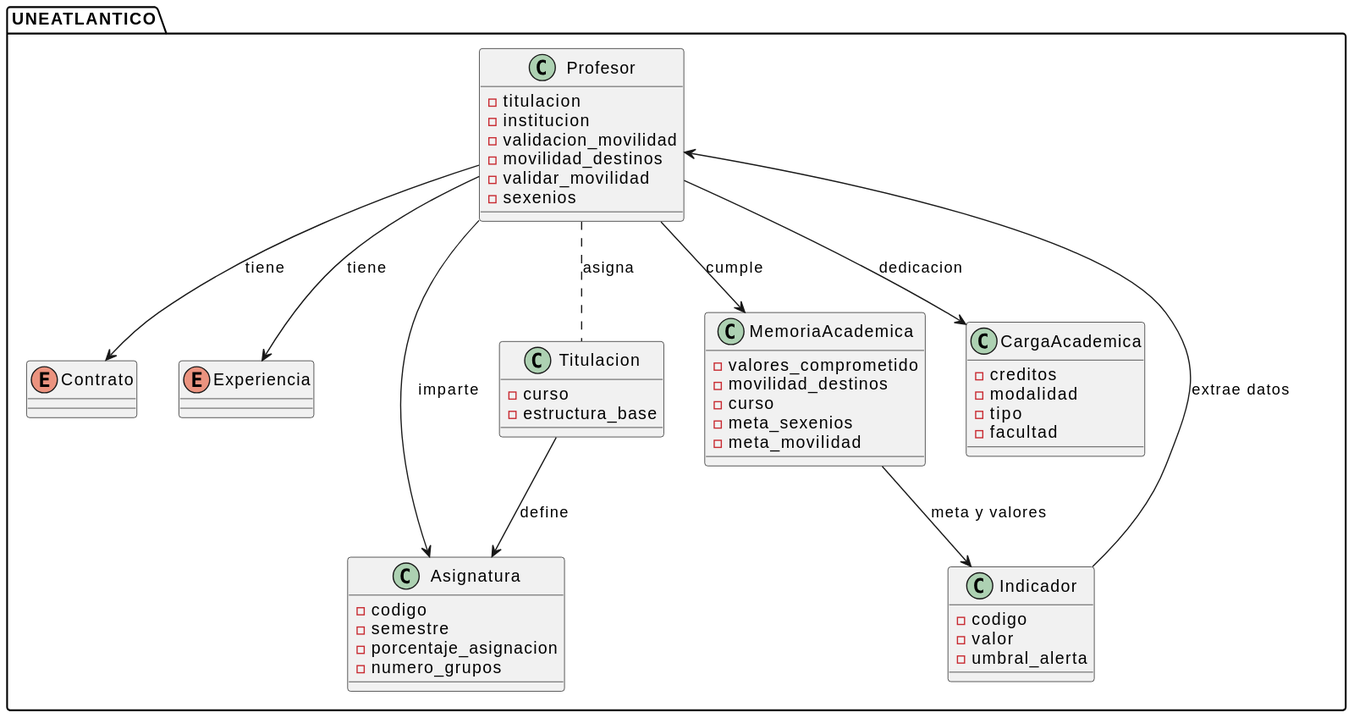
This is images/modelosUML/MdD/diagramaDeClases.svg from mmasias/24-25-IdSw1-SDR, a PlantUML export, as it was before one commit.
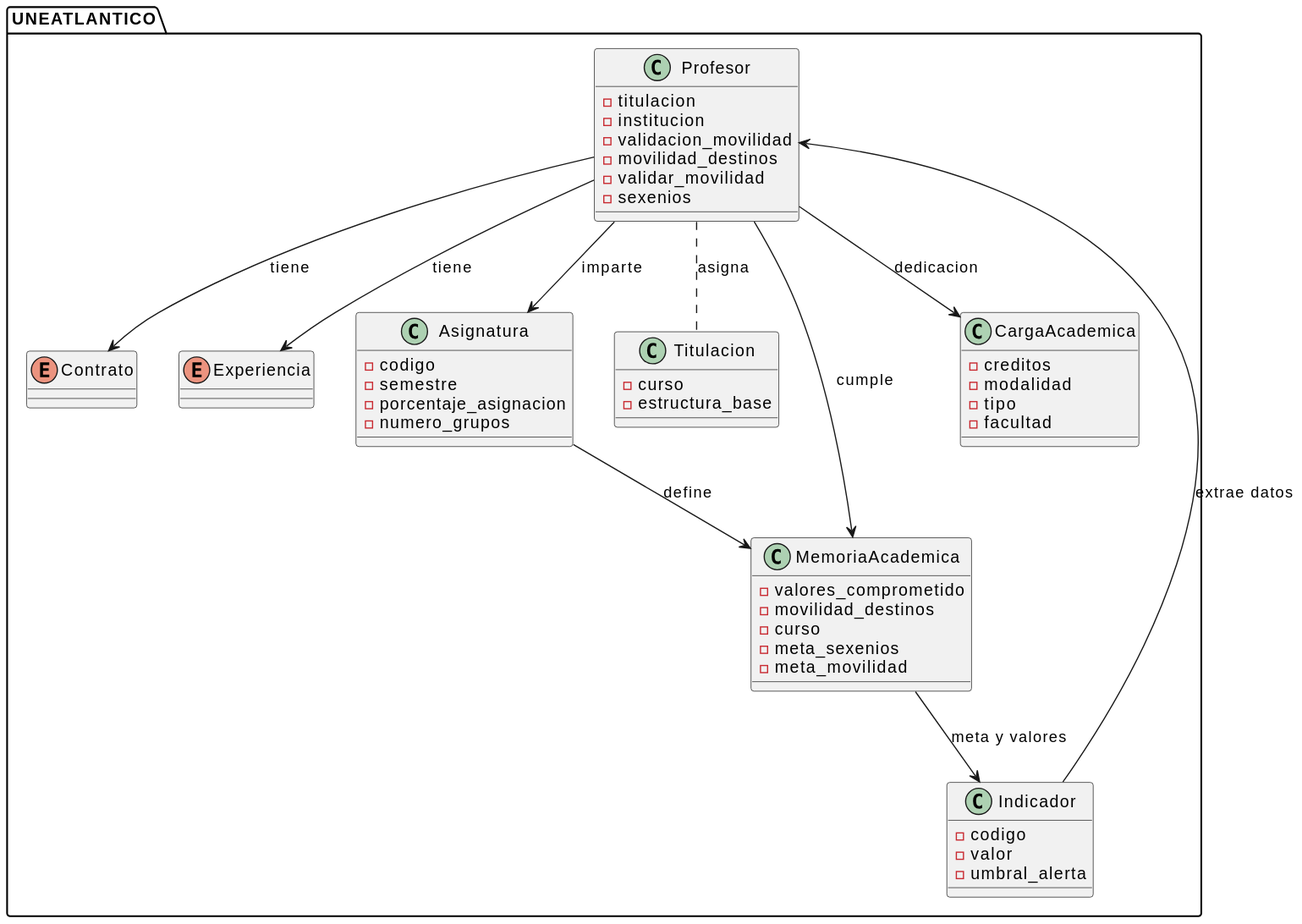
The same file after the commit.

Commit message:
Retoque diagrama de clases y de objetos

What changed in the source:
```diff
@@ -55,7 +55,7 @@
     Profesor --> MemoriaAcademica : cumple
     MemoriaAcademica --> Indicador : meta y valores
     Indicador --> Profesor : extrae datos
-    Titulacion --> Asignatura : define
+    Asignatura --> MemoriaAcademica : define
 
 }
 @enduml
```
